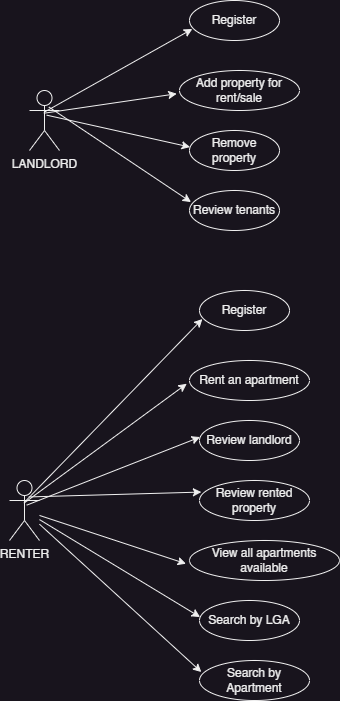
Above: diagrams/Class Diagram.png in Dee-Dayo/EasyRent (draw.io), before the change. Source tidied: cells renumbered, new cells last; positions are measured from the earlier drawing's top-left corner, leaving out a move shared by most shapes.
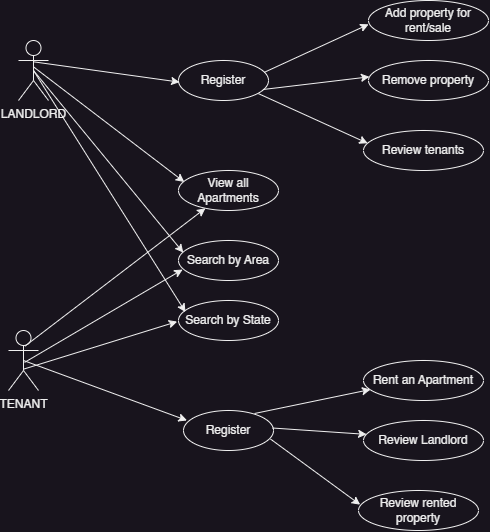
After the commit.

What changed in the source:
```diff
@@ -3,76 +3,85 @@
     <mxCell id="0" />
     <mxCell id="1" parent="0" />
     <mxCell id="2" value="Register" style="ellipse;whiteSpace=wrap;html=1;" parent="1" vertex="1">
-      <mxGeometry x="180" width="90" height="40" as="geometry" />
+      <mxGeometry x="200" y="120" width="90" height="40" as="geometry" />
     </mxCell>
     <mxCell id="3" value="LANDLORD" style="shape=umlActor;verticalLabelPosition=bottom;verticalAlign=top;html=1;outlineConnect=0;" parent="1" vertex="1">
-      <mxGeometry x="20" y="90" width="30" height="60" as="geometry" />
+      <mxGeometry x="40" y="100" width="30" height="60" as="geometry" />
     </mxCell>
+    <mxCell id="7" style="endArrow=classic;html=1;rounded=0;exitX=0.51;exitY=0.356;exitDx=0;exitDy=0;exitPerimeter=0;entryX=0.012;entryY=0.541;entryDx=0;entryDy=0;entryPerimeter=0;" parent="1" edge="1" source="3" target="2">
+      <mxGeometry relative="1" as="geometry" />
+    </mxCell>
+    <mxCell id="26" value="TENANT" style="shape=umlActor;verticalLabelPosition=bottom;verticalAlign=top;html=1;outlineConnect=0;" parent="1" vertex="1">
+      <mxGeometry x="30" y="390" width="30" height="60" as="geometry" />
+    </mxCell>
+    <mxCell id="27" style="endArrow=classic;html=1;rounded=0;exitX=0.5;exitY=0.5;exitDx=0;exitDy=0;exitPerimeter=0;entryX=0.039;entryY=0.249;entryDx=0;entryDy=0;entryPerimeter=0;" parent="1" edge="1" source="26" target="11">
+      <mxGeometry relative="1" as="geometry" />
+    </mxCell>
     <mxCell id="4" value="Add property for rent/sale" style="ellipse;whiteSpace=wrap;html=1;" parent="1" vertex="1">
-      <mxGeometry x="170" y="70" width="120" height="40" as="geometry" />
+      <mxGeometry x="390" y="60" width="120" height="40" as="geometry" />
     </mxCell>
+    <mxCell id="6" value="Remove property" style="ellipse;whiteSpace=wrap;html=1;" parent="1" vertex="1">
+      <mxGeometry x="390" y="120" width="120" height="40" as="geometry" />
+    </mxCell>
     <mxCell id="5" value="Review tenants" style="ellipse;whiteSpace=wrap;html=1;" parent="1" vertex="1">
-      <mxGeometry x="180" y="190" width="90" height="40" as="geometry" />
+      <mxGeometry x="385" y="190" width="120" height="40" as="geometry" />
     </mxCell>
-    <mxCell id="6" value="Remove property" style="ellipse;whiteSpace=wrap;html=1;" parent="1" vertex="1">
-      <mxGeometry x="180" y="130" width="90" height="40" as="geometry" />
-    </mxCell>
-    <mxCell id="7" style="endArrow=classic;html=1;rounded=0;exitX=0.51;exitY=0.356;exitDx=0;exitDy=0;exitPerimeter=0;entryX=0.032;entryY=0.712;entryDx=0;entryDy=0;entryPerimeter=0;" parent="1" edge="1" source="3" target="2">
-      <mxGeometry relative="1" as="geometry" />
-    </mxCell>
-    <mxCell id="8" style="endArrow=classic;html=1;rounded=0;exitX=0.478;exitY=0.379;exitDx=0;exitDy=0;exitPerimeter=0;entryX=-0.023;entryY=0.581;entryDx=0;entryDy=0;entryPerimeter=0;" parent="1" edge="1" source="3" target="4">
-      <mxGeometry relative="1" as="geometry" />
-    </mxCell>
-    <mxCell id="9" style="endArrow=classic;html=1;rounded=0;entryX=0.006;entryY=0.414;entryDx=0;entryDy=0;entryPerimeter=0;exitX=0.573;exitY=0.411;exitDx=0;exitDy=0;exitPerimeter=0;" parent="1" edge="1" source="3" target="6">
-      <mxGeometry relative="1" as="geometry" />
-    </mxCell>
-    <mxCell id="10" style="endArrow=classic;html=1;rounded=0;entryX=0.017;entryY=0.289;entryDx=0;entryDy=0;entryPerimeter=0;exitX=0.643;exitY=0.274;exitDx=0;exitDy=0;exitPerimeter=0;" parent="1" edge="1" source="3" target="5">
-      <mxGeometry relative="1" as="geometry" />
-    </mxCell>
+    <mxCell id="28" value="View all Apartments" style="ellipse;whiteSpace=wrap;html=1;" parent="1" vertex="1">
+      <mxGeometry x="200" y="230" width="100" height="40" as="geometry" />
+    </mxCell>
+    <mxCell id="29" value="Search by Area" style="ellipse;whiteSpace=wrap;html=1;" parent="1" vertex="1">
+      <mxGeometry x="200" y="300" width="100" height="40" as="geometry" />
+    </mxCell>
+    <mxCell id="30" value="Search by State" style="ellipse;whiteSpace=wrap;html=1;" parent="1" vertex="1">
+      <mxGeometry x="200" y="360" width="100" height="40" as="geometry" />
+    </mxCell>
+    <mxCell id="31" style="endArrow=classic;html=1;rounded=0;entryX=0.058;entryY=0.288;entryDx=0;entryDy=0;entryPerimeter=0;exitX=0.489;exitY=0.435;exitDx=0;exitDy=0;exitPerimeter=0;" parent="1" edge="1" source="3" target="28">
+      <mxGeometry relative="1" as="geometry" />
+    </mxCell>
+    <mxCell id="32" style="endArrow=classic;html=1;rounded=0;entryX=0.048;entryY=0.303;entryDx=0;entryDy=0;entryPerimeter=0;exitX=0.5;exitY=0.5;exitDx=0;exitDy=0;exitPerimeter=0;" parent="1" edge="1" source="3" target="29">
+      <mxGeometry relative="1" as="geometry" />
+    </mxCell>
+    <mxCell id="33" style="endArrow=classic;html=1;rounded=0;entryX=0.07;entryY=0.29;entryDx=0;entryDy=0;entryPerimeter=0;exitX=0.5;exitY=0.5;exitDx=0;exitDy=0;exitPerimeter=0;" parent="1" edge="1" source="3" target="30">
+      <mxGeometry relative="1" as="geometry" />
+    </mxCell>
+    <mxCell id="34" style="endArrow=classic;html=1;rounded=0;exitX=0.544;exitY=0.262;exitDx=0;exitDy=0;exitPerimeter=0;" parent="1" edge="1" source="26" target="28">
+      <mxGeometry relative="1" as="geometry" />
+    </mxCell>
+    <mxCell id="35" style="endArrow=classic;html=1;rounded=0;entryX=0.041;entryY=0.726;entryDx=0;entryDy=0;entryPerimeter=0;exitX=0.535;exitY=0.532;exitDx=0;exitDy=0;exitPerimeter=0;" parent="1" edge="1" source="26" target="29">
+      <mxGeometry relative="1" as="geometry" />
+    </mxCell>
+    <mxCell id="36" style="endArrow=classic;html=1;rounded=0;entryX=-0.013;entryY=0.527;entryDx=0;entryDy=0;entryPerimeter=0;exitX=0.522;exitY=0.641;exitDx=0;exitDy=0;exitPerimeter=0;" parent="1" edge="1" source="26" target="30">
+      <mxGeometry relative="1" as="geometry" />
+    </mxCell>
     <mxCell id="11" value="Register" style="ellipse;whiteSpace=wrap;html=1;" parent="1" vertex="1">
-      <mxGeometry x="190" y="290" width="90" height="40" as="geometry" />
+      <mxGeometry x="205" y="470" width="90" height="40" as="geometry" />
     </mxCell>
-    <mxCell id="12" value="RENTER" style="shape=umlActor;verticalLabelPosition=bottom;verticalAlign=top;html=1;outlineConnect=0;" parent="1" vertex="1">
-      <mxGeometry y="480" width="30" height="60" as="geometry" />
-    </mxCell>
-    <mxCell id="13" value="Rent an apartment" style="ellipse;whiteSpace=wrap;html=1;" parent="1" vertex="1">
-      <mxGeometry x="180" y="360" width="120" height="40" as="geometry" />
-    </mxCell>
+    <mxCell id="37" style="endArrow=classic;html=1;rounded=0;exitX=0.951;exitY=0.298;exitDx=0;exitDy=0;exitPerimeter=0;entryX=0.001;entryY=0.596;entryDx=0;entryDy=0;entryPerimeter=0;" parent="1" edge="1" source="2" target="4">
+      <mxGeometry relative="1" as="geometry" />
+    </mxCell>
+    <mxCell id="38" style="endArrow=classic;html=1;rounded=0;exitX=0.938;exitY=0.725;exitDx=0;exitDy=0;exitPerimeter=0;entryX=0.008;entryY=0.408;entryDx=0;entryDy=0;entryPerimeter=0;" parent="1" edge="1" source="2" target="6">
+      <mxGeometry relative="1" as="geometry" />
+    </mxCell>
+    <mxCell id="39" style="endArrow=classic;html=1;rounded=0;exitX=0.888;exitY=0.828;exitDx=0;exitDy=0;exitPerimeter=0;entryX=0.035;entryY=0.32;entryDx=0;entryDy=0;entryPerimeter=0;" parent="1" edge="1" source="2" target="5">
+      <mxGeometry relative="1" as="geometry" />
+    </mxCell>
+    <mxCell id="40" value="Rent an Apartment" style="ellipse;whiteSpace=wrap;html=1;" parent="1" vertex="1">
+      <mxGeometry x="385" y="420" width="120" height="40" as="geometry" />
+    </mxCell>
+    <mxCell id="41" value="Review Landlord" style="ellipse;whiteSpace=wrap;html=1;" parent="1" vertex="1">
+      <mxGeometry x="385" y="480" width="120" height="40" as="geometry" />
+    </mxCell>
     <mxCell id="14" value="Review rented property" style="ellipse;whiteSpace=wrap;html=1;" parent="1" vertex="1">
-      <mxGeometry x="190" y="480" width="110" height="40" as="geometry" />
+      <mxGeometry x="380" y="550" width="120" height="40" as="geometry" />
     </mxCell>
-    <mxCell id="15" value="Review landlord" style="ellipse;whiteSpace=wrap;html=1;" parent="1" vertex="1">
-      <mxGeometry x="190" y="420" width="100" height="40" as="geometry" />
-    </mxCell>
-    <mxCell id="16" style="endArrow=classic;html=1;rounded=0;exitX=0.51;exitY=0.356;exitDx=0;exitDy=0;exitPerimeter=0;entryX=0.032;entryY=0.712;entryDx=0;entryDy=0;entryPerimeter=0;" parent="1" edge="1" source="12" target="11">
-      <mxGeometry relative="1" as="geometry" />
-    </mxCell>
-    <mxCell id="17" style="endArrow=classic;html=1;rounded=0;exitX=0.478;exitY=0.379;exitDx=0;exitDy=0;exitPerimeter=0;entryX=-0.023;entryY=0.581;entryDx=0;entryDy=0;entryPerimeter=0;" parent="1" edge="1" source="12" target="13">
-      <mxGeometry relative="1" as="geometry" />
-    </mxCell>
-    <mxCell id="18" style="endArrow=classic;html=1;rounded=0;entryX=0.006;entryY=0.414;entryDx=0;entryDy=0;entryPerimeter=0;exitX=0.573;exitY=0.411;exitDx=0;exitDy=0;exitPerimeter=0;" parent="1" edge="1" source="12" target="15">
-      <mxGeometry relative="1" as="geometry" />
-    </mxCell>
-    <mxCell id="19" style="endArrow=classic;html=1;rounded=0;entryX=0.017;entryY=0.289;entryDx=0;entryDy=0;entryPerimeter=0;exitX=0.643;exitY=0.274;exitDx=0;exitDy=0;exitPerimeter=0;" parent="1" edge="1" source="12" target="14">
-      <mxGeometry relative="1" as="geometry" />
-    </mxCell>
-    <mxCell id="20" value="View all apartments available" style="ellipse;whiteSpace=wrap;html=1;" parent="1" vertex="1">
-      <mxGeometry x="180" y="540" width="150" height="40" as="geometry" />
-    </mxCell>
-    <mxCell id="21" value="Search by Apartment" style="ellipse;whiteSpace=wrap;html=1;" parent="1" vertex="1">
-      <mxGeometry x="190" y="660" width="110" height="40" as="geometry" />
-    </mxCell>
-    <mxCell id="22" value="Search by LGA" style="ellipse;whiteSpace=wrap;html=1;" parent="1" vertex="1">
-      <mxGeometry x="190" y="600" width="100" height="40" as="geometry" />
-    </mxCell>
-    <mxCell id="23" style="endArrow=classic;html=1;rounded=0;entryX=-0.023;entryY=0.581;entryDx=0;entryDy=0;entryPerimeter=0;" parent="1" edge="1" source="12" target="20">
-      <mxGeometry relative="1" as="geometry" />
-    </mxCell>
-    <mxCell id="24" style="endArrow=classic;html=1;rounded=0;entryX=0.006;entryY=0.414;entryDx=0;entryDy=0;entryPerimeter=0;" parent="1" edge="1" source="12" target="22">
-      <mxGeometry relative="1" as="geometry" />
-    </mxCell>
-    <mxCell id="25" style="endArrow=classic;html=1;rounded=0;entryX=0.017;entryY=0.289;entryDx=0;entryDy=0;entryPerimeter=0;" parent="1" edge="1" source="12" target="21">
-      <mxGeometry relative="1" as="geometry" />
-    </mxCell>
+    <mxCell id="42" style="endArrow=classic;html=1;rounded=0;exitX=0.789;exitY=0.075;exitDx=0;exitDy=0;exitPerimeter=0;entryX=0.058;entryY=0.725;entryDx=0;entryDy=0;entryPerimeter=0;" parent="1" edge="1" source="11" target="40">
+      <mxGeometry relative="1" as="geometry" />
+    </mxCell>
+    <mxCell id="43" style="endArrow=classic;html=1;rounded=0;exitX=0.99;exitY=0.438;exitDx=0;exitDy=0;exitPerimeter=0;entryX=0.026;entryY=0.347;entryDx=0;entryDy=0;entryPerimeter=0;" parent="1" edge="1" source="11" target="41">
+      <mxGeometry relative="1" as="geometry" />
+    </mxCell>
+    <mxCell id="44" style="endArrow=classic;html=1;rounded=0;exitX=0.967;exitY=0.714;exitDx=0;exitDy=0;exitPerimeter=0;entryX=0.014;entryY=0.355;entryDx=0;entryDy=0;entryPerimeter=0;" parent="1" edge="1" source="11" target="14">
+      <mxGeometry relative="1" as="geometry" />
+    </mxCell>
   </root>
 </mxGraphModel>
```
